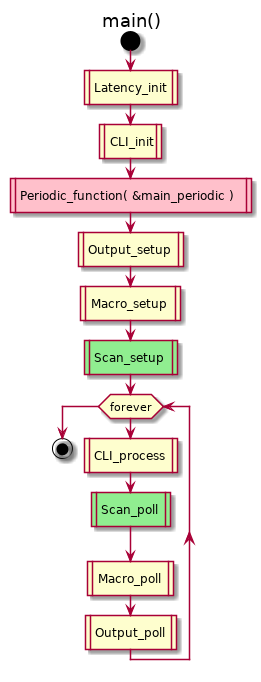
kluelogic/controller keeps this PlantUML diagram as doc/uml/main.png. Above is the earlier version. Its diagram source:
```plantuml
@startuml
title main()
start
:Latency_init|
:CLI_init|
#Pink:Periodic_function( &main_periodic )|
:Output_setup|
:Macro_setup|
#LightGreen:Scan_setup|
while (forever)
 :CLI_process|
 #LightGreen:Scan_poll|
 :Macro_poll|
 :Output_poll|
endwhile
stop
@enduml
```
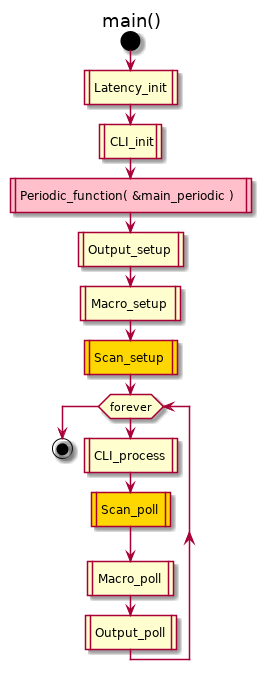
Above is the later version.

The edit, as a diff of the source:
```diff
@@ -6,10 +6,10 @@
 #Pink:Periodic_function( &main_periodic )|
 :Output_setup|
 :Macro_setup|
-#LightGreen:Scan_setup|
+#Gold:Scan_setup|
 while (forever)
  :CLI_process|
- #LightGreen:Scan_poll|
+ #Gold:Scan_poll|
  :Macro_poll|
  :Output_poll|
 endwhile
```
